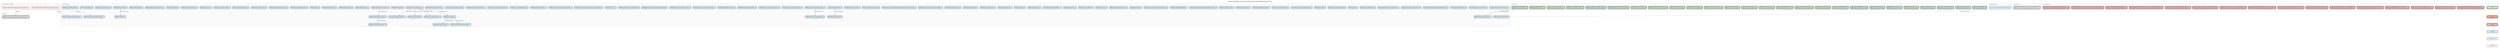
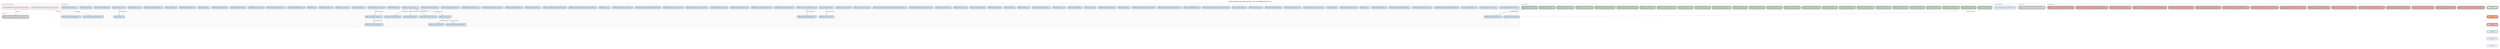
digraph backlog {
  rankdir=TB
  fontname="Helvetica"
  label="Active backlog graph generated from docs/method/backlog/*/*.md"
  labelloc=t
  fontsize=12
  node [shape=box style="rounded,filled" fontname="Helvetica" fontsize=8 margin="0.1,0.05" height=0.35]
  edge [color="#666666" arrowsize=0.5 fontname="Helvetica" fontsize=7]
  newrank=true
  ranksep=0.55
  nodesep=0.2

  subgraph cluster_asap {
    label="asap (1)" labeljust=l fontsize=9 fontcolor="#555555"
    style=rounded color="#cccccc" bgcolor="#fafafa"
    asap_CORE_structural_reading_port_generated_model_parity [label="CORE-structural-reading-port-generated-model-parity - L" fillcolor="#E5E7EB" penwidth=2]
  }

  subgraph cluster_up_next {
    label="up-next (1)" labeljust=l fontsize=9 fontcolor="#555555"
    style=rounded color="#cccccc" bgcolor="#fafafa"
    up_next_CORE_structural_history_schema_and_echo_migration [label="CORE-structural-history-schema-and-echo-migration - XL" fillcolor="#E5E7EB" penwidth=2]
  }

  subgraph cluster_v0_8_0 {
    label="v0.8.0 (26)" labeljust=l fontsize=9 fontcolor="#555555"
    style=rounded color="#cccccc" bgcolor="#fafafa"
    v0_8_0_CORE_c_structural_parsing [label="CORE-c-structural-parsing - M" fillcolor="#C8E6C9" penwidth=2]
    v0_8_0_CORE_cpp_structural_parsing [label="CORE-cpp-structural-parsing - L" fillcolor="#C8E6C9" penwidth=2]
    v0_8_0_CORE_csharp_structural_parsing [label="CORE-csharp-structural-parsing - M" fillcolor="#C8E6C9" penwidth=2]
    v0_8_0_CORE_go_structural_parsing [label="CORE-go-structural-parsing - S" fillcolor="#C8E6C9" penwidth=2]
    v0_8_0_CORE_hcl_structured_config [label="CORE-hcl-structured-config - M" fillcolor="#C8E6C9" penwidth=2]
    v0_8_0_CORE_java_structural_parsing [label="CORE-java-structural-parsing - M" fillcolor="#C8E6C9" penwidth=2]
    v0_8_0_CORE_json_structured_config [label="CORE-json-structured-config - S" fillcolor="#C8E6C9" penwidth=2]
    v0_8_0_CORE_jupyter_notebook_structure [label="CORE-jupyter-notebook-structure - M" fillcolor="#C8E6C9" penwidth=2]
    v0_8_0_CORE_kotlin_structural_parsing [label="CORE-kotlin-structural-parsing - M" fillcolor="#C8E6C9" penwidth=2]
    v0_8_0_CORE_php_structural_parsing [label="CORE-php-structural-parsing - M" fillcolor="#C8E6C9" penwidth=2]
    v0_8_0_CORE_pr_review_structural_summary [label="CORE-pr-review-structural-summary - M" fillcolor="#C8E6C9" penwidth=2]
    v0_8_0_CORE_python_structural_parsing [label="CORE-python-structural-parsing - S" fillcolor="#C8E6C9" penwidth=2]
    v0_8_0_CORE_ruby_structural_parsing [label="CORE-ruby-structural-parsing - M" fillcolor="#C8E6C9" penwidth=2]
    v0_8_0_CORE_shell_structural_parsing [label="CORE-shell-structural-parsing - M" fillcolor="#C8E6C9" penwidth=2]
    v0_8_0_CORE_sql_structural_parsing [label="CORE-sql-structural-parsing - M" fillcolor="#C8E6C9" penwidth=2]
    v0_8_0_CORE_structural_test_coverage_map [label="CORE-structural-test-coverage-map - M" fillcolor="#C8E6C9" penwidth=2]
    v0_8_0_CORE_swift_structural_parsing [label="CORE-swift-structural-parsing - M" fillcolor="#C8E6C9" penwidth=2]
    v0_8_0_CORE_toml_structured_config [label="CORE-toml-structured-config - S" fillcolor="#C8E6C9" penwidth=2]
    v0_8_0_CORE_tool_context_injection_contracts [label="CORE-tool-context-injection-contracts - M" fillcolor="#C8E6C9" penwidth=2]
    v0_8_0_CORE_yaml_structured_config [label="CORE-yaml-structured-config - M" fillcolor="#C8E6C9" penwidth=2]
    v0_8_0_SURFACE_git_graft_enhance_provenance_hints [label="SURFACE-git-graft-enhance-provenance-hints" fillcolor="#C8E6C9" penwidth=2]
    v0_8_0_SURFACE_pr_feedback_resolution_ledger [label="SURFACE-pr-feedback-resolution-ledger - M" fillcolor="#C8E6C9" penwidth=2]
    v0_8_0_SURFACE_review_cooldown_status [label="SURFACE-review-cooldown-status - S" fillcolor="#C8E6C9" penwidth=2]
    v0_8_0_TEST_bounded_subprocess_policy [label="TEST-bounded-subprocess-policy - S" fillcolor="#C8E6C9" penwidth=2]
    v0_8_0_WARP_dead_symbol_detection [label="WARP-dead-symbol-detection - S" fillcolor="#C8E6C9" penwidth=2]
    v0_8_0_WARP_symbol_history_timeline [label="WARP-symbol-history-timeline - S" fillcolor="#C8E6C9" penwidth=2]
  }

  subgraph cluster_bad_code {
    label="bad-code (16)" labeljust=l fontsize=9 fontcolor="#555555"
    style=rounded color="#cccccc" bgcolor="#fafafa"
    bad_code_CLEAN_backlog_dag_unresolved_internal_dependencies [label="CLEAN-backlog-dag-unresolved-internal-dependencies - S" fillcolor="#F6B3B3" penwidth=2]
    bad_code_CLEAN_canonical_codec_seams_diverge [label="CLEAN-canonical-codec-seams-diverge - M" fillcolor="#F6B3B3" penwidth=2]
    bad_code_CLEAN_code_show_parser_runtime_not_ready [label="CLEAN-code-show-parser-runtime-not-ready - S" fillcolor="#F6B3B3" penwidth=2]
    bad_code_CLEAN_coderabbit_path_filters_skip_method_docs [label="CLEAN-coderabbit-path-filters-skip-method-docs - S" fillcolor="#F6B3B3" penwidth=2]
    bad_code_CLEAN_completed_backlog_card_retirement_is_manual [label="CLEAN-completed-backlog-card-retirement-is-manual - M" fillcolor="#F6B3B3" penwidth=2]
    bad_code_CLEAN_descriptor_checker_lacks_schema_validation [label="CLEAN-descriptor-checker-lacks-schema-validation - M" fillcolor="#F6B3B3" penwidth=2]
    bad_code_CLEAN_echo_witness_test_fixture_duplication [label="CLEAN-echo-witness-test-fixture-duplication - S" fillcolor="#F6B3B3" penwidth=2]
    bad_code_CLEAN_generated_svg_dag_diff_noise_obscures_review [label="CLEAN-generated-svg-dag-diff-noise-obscures-review - S" fillcolor="#F6B3B3" penwidth=2]
    bad_code_CLEAN_method_close_timeout_produces_no_retro_artifact [label="CLEAN-method-close-timeout-produces-no-retro-artifact - M" fillcolor="#F6B3B3" penwidth=2]
    bad_code_CLEAN_method_retro_witness_can_overstate_validation [label="CLEAN-method-retro-witness-can-overstate-validation - M" fillcolor="#F6B3B3" penwidth=2]
    bad_code_CLEAN_pr_review_comments_not_actionability_typed [label="CLEAN-pr-review-comments-not-actionability-typed - M" fillcolor="#F6B3B3" penwidth=2]
    bad_code_CLEAN_receipt_cumulative_bytes_avoided_stays_zero [label="CLEAN-receipt-cumulative-bytes-avoided-stays-zero - S" fillcolor="#F6B3B3" penwidth=2]
    bad_code_CLEAN_remaining_structural_warp_reads_bypass_structural_reading_port [label="CLEAN-remaining-structural-warp-reads-bypass-structural-reading-port - M" fillcolor="#F6B3B3" penwidth=2]
    bad_code_CLEAN_sha256_stable_id_helper_duplication [label="CLEAN-sha256-stable-id-helper-duplication - S" fillcolor="#F6B3B3" penwidth=2]
    bad_code_CLEAN_technical_teardown_contract_ledger_can_stale_without_tests [label="CLEAN-technical-teardown-contract-ledger-can-stale-without-tests - M" fillcolor="#F6B3B3" penwidth=2]
    bad_code_WARP_bijou_local_history_stale_after_branch_transition [label="WARP-bijou-local-history-stale-after-branch-transition - M" fillcolor="#F6B3B3" penwidth=2]
  }

  subgraph cluster_cool_ideas {
-     label="Cool Ideas (89)" labeljust=l fontsize=9 fontcolor="#555555"
+     label="Cool Ideas (90)" labeljust=l fontsize=9 fontcolor="#555555"
    style=rounded color="#cccccc" bgcolor="#fafafa"
    cool_ideas_bounded_neighborhood_for_references [label="bounded-neighborhood-for-references - S" fillcolor="#D4E8F7" penwidth=1]
    cool_ideas_CI_001_causal_collapse_visualizer [label="CI-001-causal-collapse-visualizer - L" fillcolor="#D4E8F7" penwidth=1]
    cool_ideas_CI_002_deterministic_scenario_replay [label="CI-002-deterministic-scenario-replay - L" fillcolor="#D4E8F7" penwidth=1]
    cool_ideas_CI_003_mcp_native_diff_protocol [label="CI-003-mcp-native-diff-protocol - M" fillcolor="#D4E8F7" penwidth=1]
    cool_ideas_CLEAN_CODE_parallel_agent_merge_shared_file_loss [label="CLEAN-CODE-parallel-agent-merge-shared-file-loss - M" fillcolor="#D4E8F7" penwidth=1]
    cool_ideas_CLEAN_contract_ledger_schema_and_lint [label="CLEAN-contract-ledger-schema-and-lint - M" fillcolor="#D4E8F7" penwidth=1]
    cool_ideas_CLEAN_generated_artifact_review_boundary [label="CLEAN-generated-artifact-review-boundary - S" fillcolor="#D4E8F7" penwidth=1]
    cool_ideas_CORE_agent_handoff_protocol [label="CORE-agent-handoff-protocol - M" fillcolor="#D4E8F7" penwidth=1]
    cool_ideas_CORE_auto_focus [label="CORE-auto-focus - L" fillcolor="#D4E8F7" penwidth=1]
    cool_ideas_CORE_backlog_retirement_assistant [label="CORE-backlog-retirement-assistant - M" fillcolor="#D4E8F7" penwidth=1]
    cool_ideas_CORE_capture_range [label="CORE-capture-range - S" fillcolor="#D4E8F7" penwidth=1]
    cool_ideas_CORE_code_lawyer_local_pr_audit_command [label="CORE-code-lawyer-local-pr-audit-command - L" fillcolor="#D4E8F7" penwidth=1]
    cool_ideas_CORE_constructor_in_disguise_lint [label="CORE-constructor-in-disguise-lint - M" fillcolor="#D4E8F7" penwidth=1]
    cool_ideas_CORE_context_budget_forecasting [label="CORE-context-budget-forecasting - M" fillcolor="#D4E8F7" penwidth=1]
    cool_ideas_CORE_conversation_primer [label="CORE-conversation-primer - M" fillcolor="#D4E8F7" penwidth=1]
    cool_ideas_CORE_cross_session_resume [label="CORE-cross-session-resume - S" fillcolor="#D4E8F7" penwidth=1]
    cool_ideas_CORE_descriptor_package_registry_for_structural_contracts [label="CORE-descriptor-package-registry-for-structural-contracts - M" fillcolor="#D4E8F7" penwidth=1]
    cool_ideas_CORE_echo_capability_gap_ledger [label="CORE-echo-capability-gap-ledger - S" fillcolor="#D4E8F7" penwidth=1]
    cool_ideas_CORE_echo_descriptor_to_fake_witness_generator [label="CORE-echo-descriptor-to-fake-witness-generator - M" fillcolor="#D4E8F7" penwidth=1]
+     cool_ideas_CORE_generated_model_reverse_id_content_binding [label="CORE-generated-model-reverse-id-content-binding" fillcolor="#D4E8F7" penwidth=1]
    cool_ideas_CORE_graft_as_teacher [label="CORE-graft-as-teacher - S" fillcolor="#D4E8F7" penwidth=1]
    cool_ideas_CORE_graft_teach_learning_receipts [label="CORE-graft-teach-learning-receipts - S" fillcolor="#D4E8F7" penwidth=1]
    cool_ideas_CORE_graft_tool_client [label="CORE-graft-tool-client - M" fillcolor="#D4E8F7" penwidth=1]
    cool_ideas_CORE_horizon_of_readability [label="CORE-horizon-of-readability - M" fillcolor="#D4E8F7" penwidth=1]
    cool_ideas_CORE_lagrangian_policy [label="CORE-lagrangian-policy - XL" fillcolor="#D4E8F7" penwidth=1]
    cool_ideas_CORE_migrate_to_slice_first_reads [label="CORE-migrate-to-slice-first-reads" fillcolor="#D4E8F7" penwidth=1]
    cool_ideas_CORE_multi_agent_conflict_detection [label="CORE-multi-agent-conflict-detection - L" fillcolor="#D4E8F7" penwidth=1]
    cool_ideas_CORE_policy_playground [label="CORE-policy-playground - S" fillcolor="#D4E8F7" penwidth=1]
    cool_ideas_CORE_policy_profiles [label="CORE-policy-profiles - M" fillcolor="#D4E8F7" penwidth=1]
    cool_ideas_CORE_self_tuning_governor [label="CORE-self-tuning-governor - M" fillcolor="#D4E8F7" penwidth=1]
    cool_ideas_CORE_session_knowledge_map [label="CORE-session-knowledge-map - S" fillcolor="#D4E8F7" penwidth=1]
    cool_ideas_CORE_speculative_read_cost [label="CORE-speculative-read-cost - S" fillcolor="#D4E8F7" penwidth=1]
    cool_ideas_CORE_structural_session_replay [label="CORE-structural-session-replay - M" fillcolor="#D4E8F7" penwidth=1]
    cool_ideas_CORE_weslaw_semantic_law_for_structural_history [label="CORE-weslaw-semantic-law-for-structural-history - M" fillcolor="#D4E8F7" penwidth=1]
    cool_ideas_CORE_wesley_codec_and_observer_plan_generation_for_structural_history [label="CORE-wesley-codec-and-observer-plan-generation-for-structural-history - M" fillcolor="#D4E8F7" penwidth=1]
    cool_ideas_CORE_wire_primitives_into_runtime [label="CORE-wire-primitives-into-runtime - M" fillcolor="#D4E8F7" penwidth=1]
    cool_ideas_METHOD_retro_recovery_mode [label="METHOD-retro-recovery-mode - M" fillcolor="#D4E8F7" penwidth=1]
    cool_ideas_monitor_tick_ceiling_tracking [label="monitor-tick-ceiling-tracking - S" fillcolor="#D4E8F7" penwidth=1]
    cool_ideas_SURFACE_active_causal_workspace_status [label="SURFACE-active-causal-workspace-status - M" fillcolor="#D4E8F7" penwidth=1]
    cool_ideas_SURFACE_asap_queue_health_dashboard [label="SURFACE-asap-queue-health-dashboard - M" fillcolor="#D4E8F7" penwidth=1]
    cool_ideas_SURFACE_attach_to_existing_causal_session [label="SURFACE-attach-to-existing-causal-session - M" fillcolor="#D4E8F7" penwidth=1]
    cool_ideas_SURFACE_backlog_card_lifecycle_linter [label="SURFACE-backlog-card-lifecycle-linter - M" fillcolor="#D4E8F7" penwidth=1]
    cool_ideas_SURFACE_backlog_sitrep_command [label="SURFACE-backlog-sitrep-command - M" fillcolor="#D4E8F7" penwidth=1]
    cool_ideas_SURFACE_bijou_daemon_control_plane_actions [label="SURFACE-bijou-daemon-control-plane-actions - L" fillcolor="#D4E8F7" penwidth=1]
    cool_ideas_SURFACE_bijou_daemon_status_live_refresh [label="SURFACE-bijou-daemon-status-live-refresh - M" fillcolor="#D4E8F7" penwidth=1]
    cool_ideas_SURFACE_git_graft_enhance_expanded_git_subcommands [label="SURFACE-git-graft-enhance-expanded-git-subcommands" fillcolor="#D4E8F7" penwidth=1]
    cool_ideas_SURFACE_graft_review_pr_number_adapter [label="SURFACE-graft-review-pr-number-adapter - M" fillcolor="#D4E8F7" penwidth=1]
    cool_ideas_SURFACE_ide_native_graft_integration [label="SURFACE-ide-native-graft-integration - XL" fillcolor="#D4E8F7" penwidth=1]
    cool_ideas_SURFACE_init_dry_run [label="SURFACE-init-dry-run - S" fillcolor="#D4E8F7" penwidth=1]
    cool_ideas_SURFACE_local_history_dag_render_mode_and_count_legend [label="SURFACE-local-history-dag-render-mode-and-count-legend - S" fillcolor="#D4E8F7" penwidth=1]
    cool_ideas_SURFACE_non_codex_instruction_bootstrap_parity [label="SURFACE-non-codex-instruction-bootstrap-parity - M" fillcolor="#D4E8F7" penwidth=1]
    cool_ideas_SURFACE_offer_rename_refactor [label="SURFACE-offer-rename-refactor - L" fillcolor="#D4E8F7" penwidth=1]
    cool_ideas_SURFACE_opened_workspace_paths [label="SURFACE-opened-workspace-paths - M" fillcolor="#D4E8F7" penwidth=1]
    cool_ideas_SURFACE_pr_merge_gate_sitrep_command [label="SURFACE-pr-merge-gate-sitrep-command - M" fillcolor="#D4E8F7" penwidth=1]
    cool_ideas_SURFACE_terminal_activity_browser_tui [label="SURFACE-terminal-activity-browser-tui - L" fillcolor="#D4E8F7" penwidth=1]
    cool_ideas_traverse_plus_query_hydration_helper [label="traverse-plus-query-hydration-helper - S" fillcolor="#D4E8F7" penwidth=1]
    cool_ideas_WARP_adaptive_projection_selection [label="WARP-adaptive-projection-selection - L" fillcolor="#D4E8F7" penwidth=1]
    cool_ideas_WARP_agent_action_provenance [label="WARP-agent-action-provenance - XL" fillcolor="#D4E8F7" penwidth=1]
    cool_ideas_WARP_auto_breaking_change_detection [label="WARP-auto-breaking-change-detection - L" fillcolor="#D4E8F7" penwidth=1]
    cool_ideas_WARP_background_indexing [label="WARP-background-indexing - M" fillcolor="#D4E8F7" penwidth=1]
    cool_ideas_WARP_budget_elasticity [label="WARP-budget-elasticity - M" fillcolor="#D4E8F7" penwidth=1]
    cool_ideas_WARP_causal_blame_for_staged_artifacts [label="WARP-causal-blame-for-staged-artifacts - L" fillcolor="#D4E8F7" penwidth=1]
    cool_ideas_WARP_causal_write_tracking [label="WARP-causal-write-tracking - L" fillcolor="#D4E8F7" penwidth=1]
    cool_ideas_WARP_codebase_entropy_trajectory [label="WARP-codebase-entropy-trajectory - M" fillcolor="#D4E8F7" penwidth=1]
    cool_ideas_WARP_codebase_signature [label="WARP-codebase-signature - L" fillcolor="#D4E8F7" penwidth=1]
    cool_ideas_WARP_counterfactual_refactoring [label="WARP-counterfactual-refactoring - XL" fillcolor="#D4E8F7" penwidth=1]
    cool_ideas_WARP_degeneracy_warning [label="WARP-degeneracy-warning - M" fillcolor="#D4E8F7" penwidth=1]
    cool_ideas_WARP_drift_sentinel [label="WARP-drift-sentinel - M" fillcolor="#D4E8F7" penwidth=1]
    cool_ideas_WARP_footprint_parallelism [label="WARP-footprint-parallelism - XL" fillcolor="#D4E8F7" penwidth=1]
    cool_ideas_WARP_graft_pack [label="WARP-graft-pack - M" fillcolor="#D4E8F7" penwidth=1]
    cool_ideas_WARP_grouped_aggregate_queries [label="WARP-grouped-aggregate-queries - M" fillcolor="#D4E8F7" penwidth=1]
    cool_ideas_WARP_intent_and_decision_events [label="WARP-intent-and-decision-events - M" fillcolor="#D4E8F7" penwidth=1]
    cool_ideas_WARP_intentional_degeneracy_privacy [label="WARP-intentional-degeneracy-privacy - M" fillcolor="#D4E8F7" penwidth=1]
    cool_ideas_WARP_minimum_viable_context [label="WARP-minimum-viable-context - M" fillcolor="#D4E8F7" penwidth=1]
    cool_ideas_WARP_outline_diff_commit_trailer [label="WARP-outline-diff-commit-trailer - S" fillcolor="#D4E8F7" penwidth=1]
    cool_ideas_WARP_projection_safety_classes [label="WARP-projection-safety-classes - M" fillcolor="#D4E8F7" penwidth=1]
    cool_ideas_WARP_provenance_dag [label="WARP-provenance-dag - L" fillcolor="#D4E8F7" penwidth=1]
    cool_ideas_WARP_reasoning_trace_replay [label="WARP-reasoning-trace-replay - M" fillcolor="#D4E8F7" penwidth=1]
    cool_ideas_WARP_rulial_heat_map [label="WARP-rulial-heat-map - L" fillcolor="#D4E8F7" penwidth=1]
    cool_ideas_WARP_semantic_drift_in_sessions [label="WARP-semantic-drift-in-sessions - M" fillcolor="#D4E8F7" penwidth=1]
    cool_ideas_WARP_semantic_merge_conflict_prediction [label="WARP-semantic-merge-conflict-prediction - L" fillcolor="#D4E8F7" penwidth=1]
    cool_ideas_WARP_session_filtration [label="WARP-session-filtration - L" fillcolor="#D4E8F7" penwidth=1]
    cool_ideas_WARP_shadow_structural_workspaces [label="WARP-shadow-structural-workspaces - XL" fillcolor="#D4E8F7" penwidth=1]
    cool_ideas_WARP_speculative_merge [label="WARP-speculative-merge - XL" fillcolor="#D4E8F7" penwidth=1]
    cool_ideas_WARP_stale_docs_checker [label="WARP-stale-docs-checker - M" fillcolor="#D4E8F7" penwidth=1]
    cool_ideas_WARP_structural_drift_detection [label="WARP-structural-drift-detection - M" fillcolor="#D4E8F7" penwidth=1]
    cool_ideas_WARP_structural_impact_prediction [label="WARP-structural-impact-prediction - XL" fillcolor="#D4E8F7" penwidth=1]
    cool_ideas_WARP_symbol_heatmap [label="WARP-symbol-heatmap - M" fillcolor="#D4E8F7" penwidth=1]
    cool_ideas_WARP_technical_debt_curvature [label="WARP-technical-debt-curvature - L" fillcolor="#D4E8F7" penwidth=1]
    cool_ideas_WARP_temporal_structural_search [label="WARP-temporal-structural-search - M" fillcolor="#D4E8F7" penwidth=1]
  }

  subgraph cluster_external {
    label="External blockers" labeljust=l fontsize=9 fontcolor="#555555"
    style=rounded color="#cccccc" bgcolor="#f8fbff"
    external_git_warp_observer_geometry_ladder__Rung_2_4_ [label="git-warp observer geometry ladder (Rung 2-4)" fillcolor="#E8F2FF" penwidth=1]
  }

  subgraph cluster_unresolved {
    label="Unresolved internal refs" labeljust=l fontsize=9 fontcolor="#555555"
    style="rounded,dashed" color="#cc3333" bgcolor="#fff7f7"
    unresolved_CLEAN_CODE_export_diff_semver_signature_as_patch [label="missing: CLEAN_CODE_export-diff-semver-signature-as-patch" fillcolor="#F2F2F2" penwidth=1 style="rounded,dashed,filled"]
    unresolved_CORE_graft_fake_echo_shaped_typescript_witness [label="missing: CORE_graft-fake-echo-shaped-typescript-witness" fillcolor="#F2F2F2" penwidth=1 style="rounded,dashed,filled"]
  }

  cool_ideas_monitor_tick_ceiling_tracking -> cool_ideas_WARP_background_indexing [label="blocked_by/blocking"]
  cool_ideas_SURFACE_active_causal_workspace_status -> cool_ideas_SURFACE_ide_native_graft_integration [label="blocked_by/blocking"]
  cool_ideas_WARP_agent_action_provenance -> cool_ideas_CI_001_causal_collapse_visualizer [label="blocked_by/blocking"]
  cool_ideas_WARP_agent_action_provenance -> cool_ideas_WARP_causal_write_tracking [label="blocked_by/blocking"]
  cool_ideas_WARP_agent_action_provenance -> cool_ideas_WARP_intent_and_decision_events [label="blocked_by/blocking"]
  cool_ideas_WARP_agent_action_provenance -> cool_ideas_WARP_provenance_dag [label="blocked_by/blocking"]
  cool_ideas_WARP_codebase_entropy_trajectory -> cool_ideas_WARP_counterfactual_refactoring [label="blocked_by/blocking"]
  cool_ideas_WARP_counterfactual_refactoring -> cool_ideas_WARP_structural_impact_prediction [label="blocked_by/blocking"]
  cool_ideas_WARP_provenance_dag -> cool_ideas_WARP_causal_blame_for_staged_artifacts [label="blocked_by/blocking"]
  cool_ideas_WARP_provenance_dag -> cool_ideas_WARP_reasoning_trace_replay [label="blocked_by/blocking"]
  cool_ideas_WARP_stale_docs_checker -> cool_ideas_WARP_drift_sentinel [label="blocked_by/blocking"]
  external_git_warp_observer_geometry_ladder__Rung_2_4_ -> cool_ideas_CORE_migrate_to_slice_first_reads [label="blocked_by_external" style=dashed color="#4477AA"]
  unresolved_CLEAN_CODE_export_diff_semver_signature_as_patch -> cool_ideas_WARP_auto_breaking_change_detection [label="blocked_by" style=dashed color="#CC3333"]
  unresolved_CLEAN_CODE_export_diff_semver_signature_as_patch -> cool_ideas_WARP_semantic_merge_conflict_prediction [label="blocked_by" style=dashed color="#CC3333"]
  unresolved_CORE_graft_fake_echo_shaped_typescript_witness -> asap_CORE_structural_reading_port_generated_model_parity [label="blocked_by" style=dashed color="#CC3333"]
  v0_8_0_WARP_symbol_history_timeline -> cool_ideas_WARP_temporal_structural_search [label="blocked_by/blocking"]

  subgraph cluster_legend {
    label="Legend" labeljust=l fontsize=8 fontcolor="#aaaaaa"
    style=rounded color="#dddddd"
    node [fontsize=7 width=1.4]
    leg_v08 [label="v0.8.0" fillcolor="#C8E6C9" penwidth=2]
    leg_v07 [label="v0.7.0" fillcolor="#FFA07A" penwidth=2]
    leg_bad [label="bad-code" fillcolor="#F6B3B3" penwidth=2]
    leg_idea [label="cool-ideas" fillcolor="#D4E8F7" penwidth=1]
    leg_external [label="external blocker" fillcolor="#E8F2FF" penwidth=1]
    leg_unresolved [label="unresolved ref" fillcolor="#F2F2F2" penwidth=1 style="rounded,dashed,filled"]
    leg_v08 -> leg_v07 [style=invis]
    leg_v07 -> leg_bad [style=invis]
    leg_bad -> leg_idea [style=invis]
    leg_idea -> leg_external [style=invis]
    leg_external -> leg_unresolved [style=invis]
  }
}
